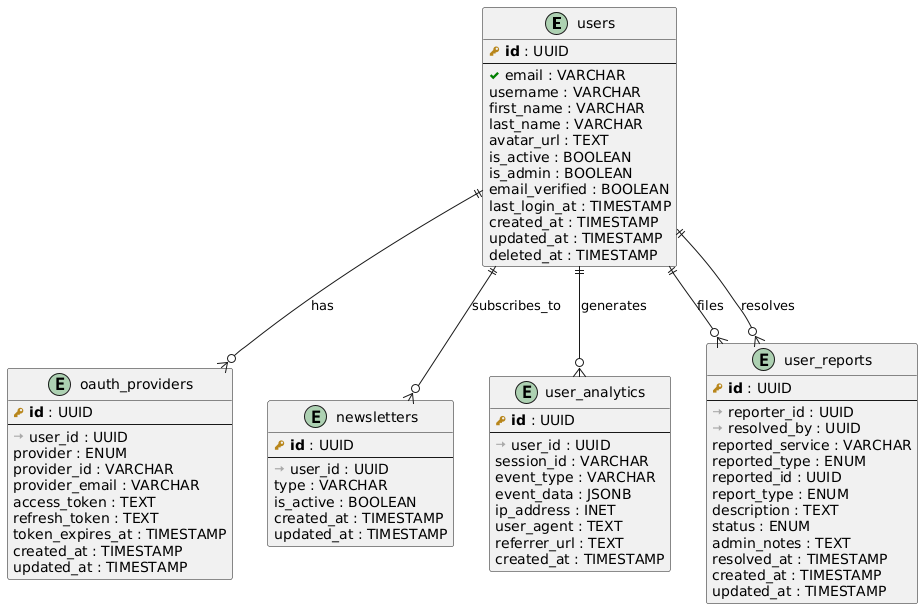
Before: database/diagrams/user_service_UML.png, a diagram exported from PlantUML (Cognizant-Summer-Practice-2025/Cognizant-Summer-Practice).
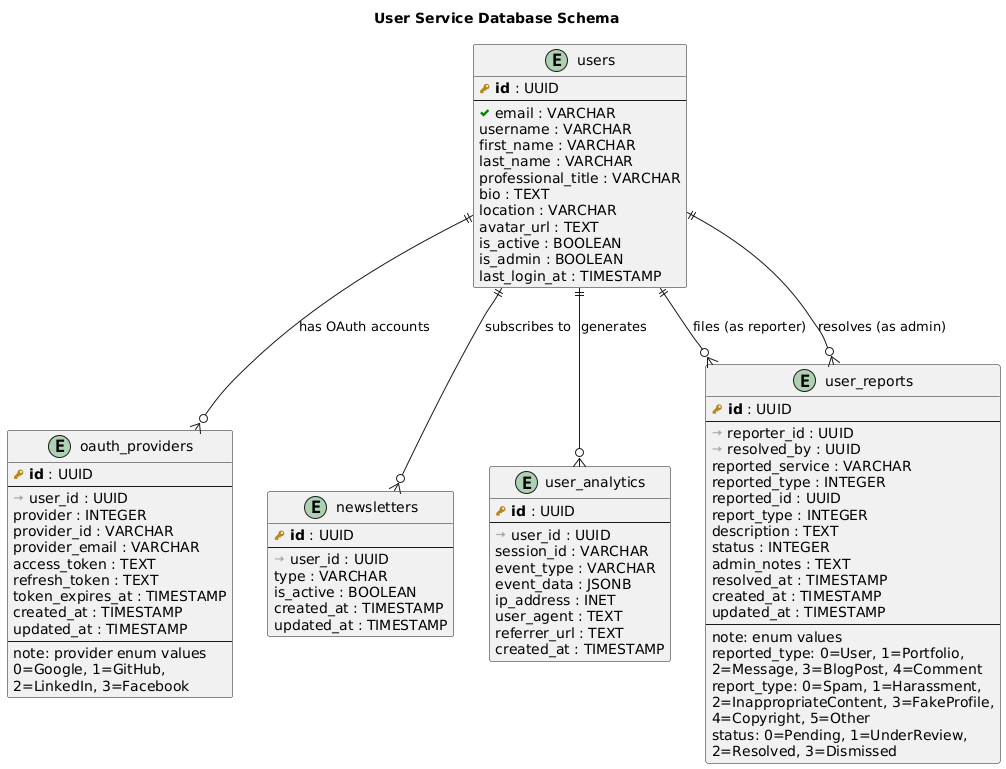
After the commit.

Change to the diagram source:
```diff
@@ -1,4 +1,6 @@
 @startuml
+title User Service Database Schema
+
 !define PRIMARY_KEY(x) <b><color:#b8861b><&key></color> x</b>
 !define FOREIGN_KEY(x) <color:#aaaaaa><&arrow-right></color> x
 !define UNIQUE(x) <color:#green><&check></color> x
@@ -11,21 +13,21 @@
   username : VARCHAR
   first_name : VARCHAR
   last_name : VARCHAR
+  professional_title : VARCHAR
+  bio : TEXT
+  location : VARCHAR
   avatar_url : TEXT
   is_active : BOOLEAN
   is_admin : BOOLEAN
-  email_verified : BOOLEAN
   last_login_at : TIMESTAMP
-  created_at : TIMESTAMP
-  updated_at : TIMESTAMP
-  deleted_at : TIMESTAMP
 }
+
 
 entity "oauth_providers" as oauth {
   PRIMARY_KEY(id) : UUID
   --
   FOREIGN_KEY(user_id) : UUID
-  provider : ENUM
+  provider : INTEGER
   provider_id : VARCHAR
   provider_email : VARCHAR
   access_token : TEXT
@@ -33,6 +35,10 @@
   token_expires_at : TIMESTAMP
   created_at : TIMESTAMP
   updated_at : TIMESTAMP
+  --
+  note: provider enum values
+  0=Google, 1=GitHub,
+  2=LinkedIn, 3=Facebook
 }
 
 entity "newsletters" as newsletters {
@@ -64,20 +70,29 @@
   FOREIGN_KEY(reporter_id) : UUID
   FOREIGN_KEY(resolved_by) : UUID
   reported_service : VARCHAR
-  reported_type : ENUM
+  reported_type : INTEGER
   reported_id : UUID
-  report_type : ENUM
+  report_type : INTEGER
   description : TEXT
-  status : ENUM
+  status : INTEGER
   admin_notes : TEXT
   resolved_at : TIMESTAMP
   created_at : TIMESTAMP
   updated_at : TIMESTAMP
+  --
+  note: enum values
+  reported_type: 0=User, 1=Portfolio,
+  2=Message, 3=BlogPost, 4=Comment
+  report_type: 0=Spam, 1=Harassment,
+  2=InappropriateContent, 3=FakeProfile,
+  4=Copyright, 5=Other
+  status: 0=Pending, 1=UnderReview,
+  2=Resolved, 3=Dismissed
 }
 
-users ||--o{ oauth : "has"
-users ||--o{ newsletters : "subscribes_to"
+users ||--o{ oauth : "has OAuth accounts"
+users ||--o{ newsletters : "subscribes to"
 users ||--o{ analytics : "generates"
-users ||--o{ reports : "files"
-users ||--o{ reports : "resolves"
+users ||--o{ reports : "files (as reporter)"
+users ||--o{ reports : "resolves (as admin)"
 @enduml
```
